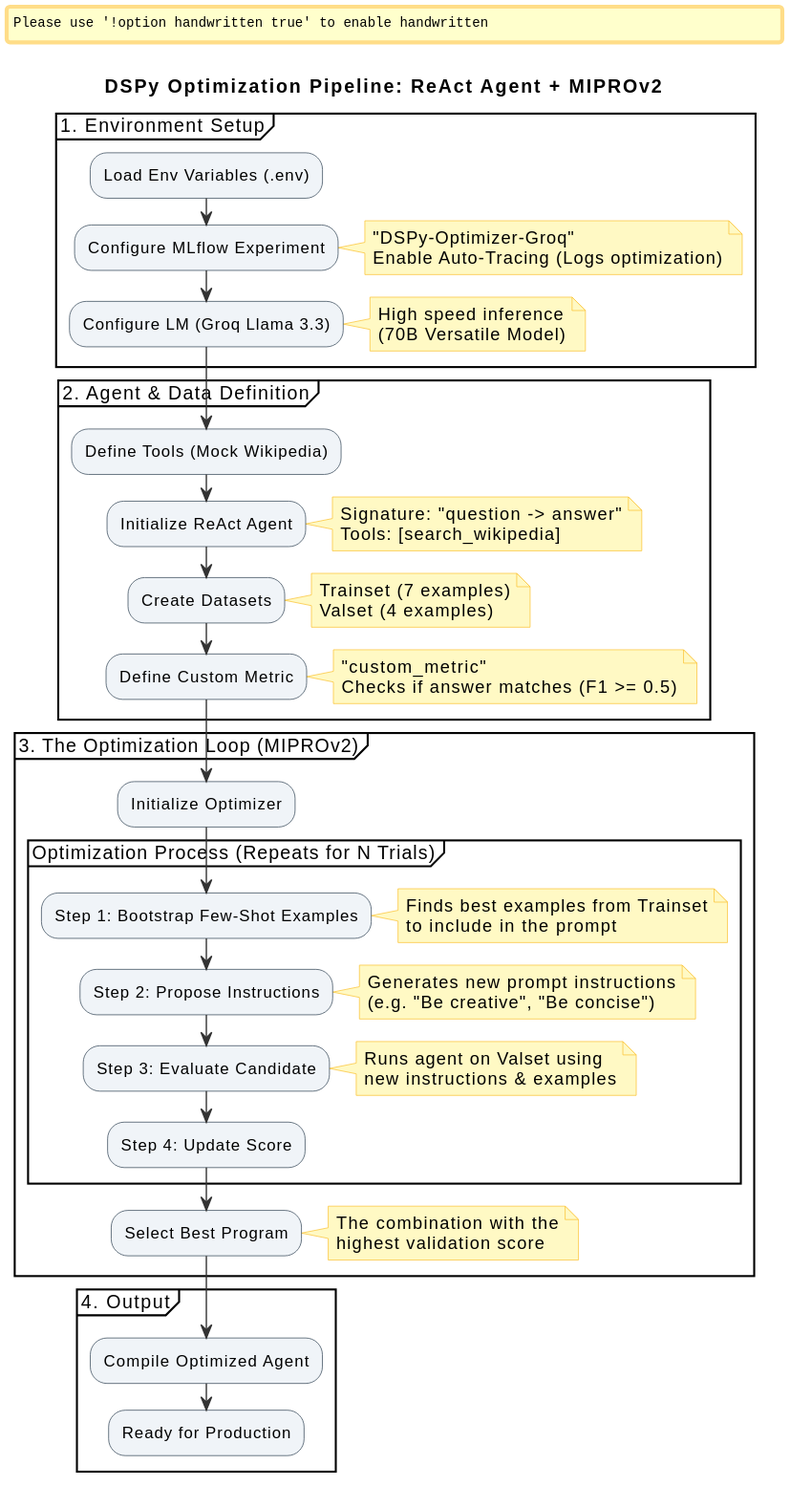
The PlantUML diagram Lesson_3_chart.svg in kateikyoushi/DsPy-Learning-Repo, before a commit. Its diagram source:
```plantuml
@startuml
skinparam backgroundColor white
skinparam handwritten false
skinparam shadowing false
skinparam ArrowColor #333333
skinparam ActivityBackgroundColor #F0F4F8
skinparam ActivityBorderColor #2C3E50
skinparam NoteBackgroundColor #FFF9C4
skinparam NoteBorderColor #FBC02D

title DSPy Optimization Pipeline: ReAct Agent + MIPROv2

partition "1. Environment Setup" {
  :Load Env Variables (.env);
  :Configure MLflow Experiment;
  note right
    "DSPy-Optimizer-Groq"
    Enable Auto-Tracing (Logs optimization)
  end note
  :Configure LM (Groq Llama 3.3);
  note right
    High speed inference
    (70B Versatile Model)
  end note
}

partition "2. Agent & Data Definition" {
  :Define Tools (Mock Wikipedia);

  :Initialize ReAct Agent;
  note right
    Signature: "question -> answer"
    Tools: [search_wikipedia]
  end note

  :Create Datasets;
  note right
    Trainset (7 examples)
    Valset (4 examples)
  end note

  :Define Custom Metric;
  note right
    "custom_metric"
    Checks if answer matches (F1 >= 0.5)
  end note
}

partition "3. The Optimization Loop (MIPROv2)" {
  :Initialize Optimizer;

  group "Optimization Process (Repeats for N Trials)" {
    :Step 1: Bootstrap Few-Shot Examples;
    note right
      Finds best examples from Trainset
      to include in the prompt
    end note

    :Step 2: Propose Instructions;
    note right
      Generates new prompt instructions
      (e.g. "Be creative", "Be concise")
    end note

    :Step 3: Evaluate Candidate;
    note right
      Runs agent on Valset using
      new instructions & examples
    end note

    :Step 4: Update Score;
  }

  :Select Best Program;
  note right
    The combination with the
    highest validation score
  end note
}

partition "4. Output" {
  :Compile Optimized Agent;
  :Ready for Production;
}
@enduml
```
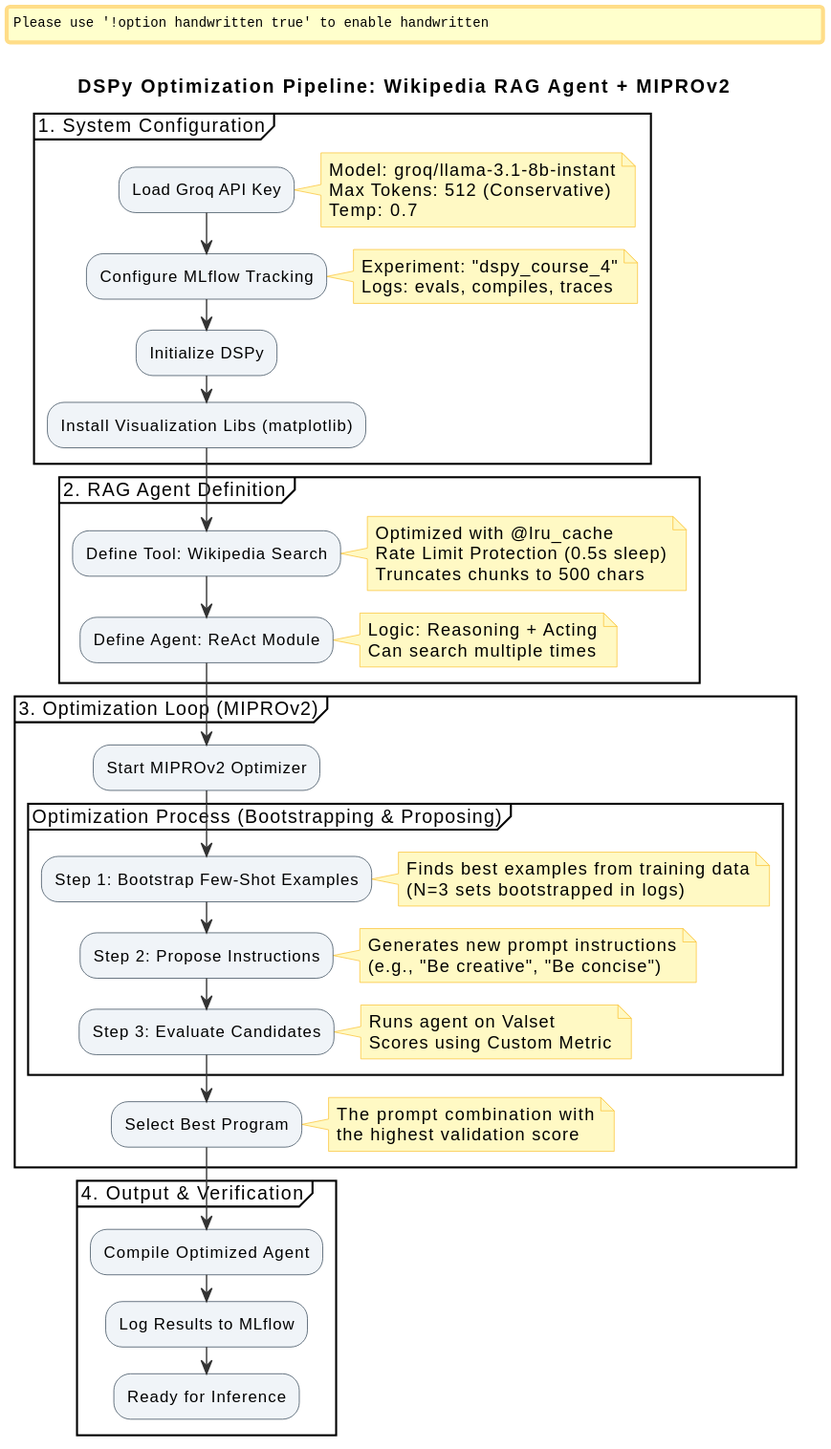
The same diagram one commit later.

The edit, as a diff of the source:
```diff
@@ -8,78 +8,74 @@
 skinparam NoteBackgroundColor #FFF9C4
 skinparam NoteBorderColor #FBC02D
 
-title DSPy Optimization Pipeline: ReAct Agent + MIPROv2
+title DSPy Optimization Pipeline: Wikipedia RAG Agent + MIPROv2
 
-partition "1. Environment Setup" {
-  :Load Env Variables (.env);
-  :Configure MLflow Experiment;
+partition "1. System Configuration" {
+  :Load Groq API Key;
   note right
-    "DSPy-Optimizer-Groq"
-    Enable Auto-Tracing (Logs optimization)
+    Model: groq/llama-3.1-8b-instant
+    Max Tokens: 512 (Conservative)
+    Temp: 0.7
   end note
-  :Configure LM (Groq Llama 3.3);
+
+  :Configure MLflow Tracking;
   note right
-    High speed inference
-    (70B Versatile Model)
+    Experiment: "dspy_course_4"
+    Logs: evals, compiles, traces
+  end note
+
+  :Initialize DSPy;
+  :Install Visualization Libs (matplotlib);
+}
+
+partition "2. RAG Agent Definition" {
+  :Define Tool: Wikipedia Search;
+  note right
+    Optimized with @lru_cache
+    Rate Limit Protection (0.5s sleep)
+    Truncates chunks to 500 chars
+  end note
+
+  :Define Agent: ReAct Module;
+  note right
+    Logic: Reasoning + Acting
+    Can search multiple times
   end note
 }
 
-partition "2. Agent & Data Definition" {
-  :Define Tools (Mock Wikipedia);
+partition "3. Optimization Loop (MIPROv2)" {
+  :Start MIPROv2 Optimizer;
 
-  :Initialize ReAct Agent;
-  note right
-    Signature: "question -> answer"
-    Tools: [search_wikipedia]
-  end note
-
-  :Create Datasets;
-  note right
-    Trainset (7 examples)
-    Valset (4 examples)
-  end note
-
-  :Define Custom Metric;
-  note right
-    "custom_metric"
-    Checks if answer matches (F1 >= 0.5)
-  end note
-}
-
-partition "3. The Optimization Loop (MIPROv2)" {
-  :Initialize Optimizer;
-
-  group "Optimization Process (Repeats for N Trials)" {
+  group "Optimization Process (Bootstrapping & Proposing)" {
     :Step 1: Bootstrap Few-Shot Examples;
     note right
-      Finds best examples from Trainset
-      to include in the prompt
+      Finds best examples from training data
+      (N=3 sets bootstrapped in logs)
     end note
 
     :Step 2: Propose Instructions;
     note right
       Generates new prompt instructions
-      (e.g. "Be creative", "Be concise")
+      (e.g., "Be creative", "Be concise")
     end note
 
-    :Step 3: Evaluate Candidate;
+    :Step 3: Evaluate Candidates;
     note right
-      Runs agent on Valset using
-      new instructions & examples
+      Runs agent on Valset
+      Scores using Custom Metric
     end note
-
-    :Step 4: Update Score;
   }
 
   :Select Best Program;
   note right
-    The combination with the
-    highest validation score
+    The prompt combination with
+    the highest validation score
   end note
 }
 
-partition "4. Output" {
+partition "4. Output & Verification" {
   :Compile Optimized Agent;
-  :Ready for Production;
+  :Log Results to MLflow;
+  :Ready for Inference;
 }
 @enduml
```
